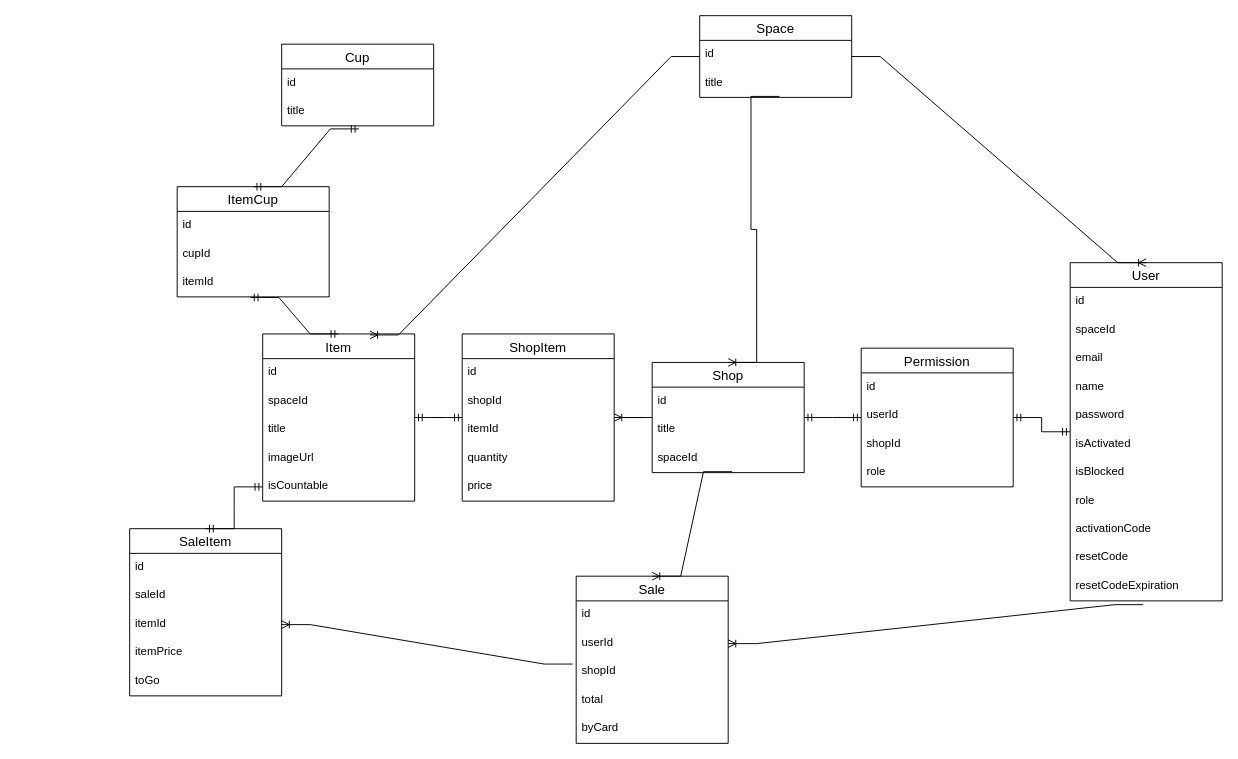
Earlier version of the draw.io diagram horeca.drawio (Nik68rus/myhoreca). Source tidied: cells renumbered, new cells numbered last; positions are measured from the earlier drawing's top-left corner, leaving out a move shared by most shapes. Both pictures are drawn from the tidied source at 95%, with x=0, y=0 at pixel (129, 15).
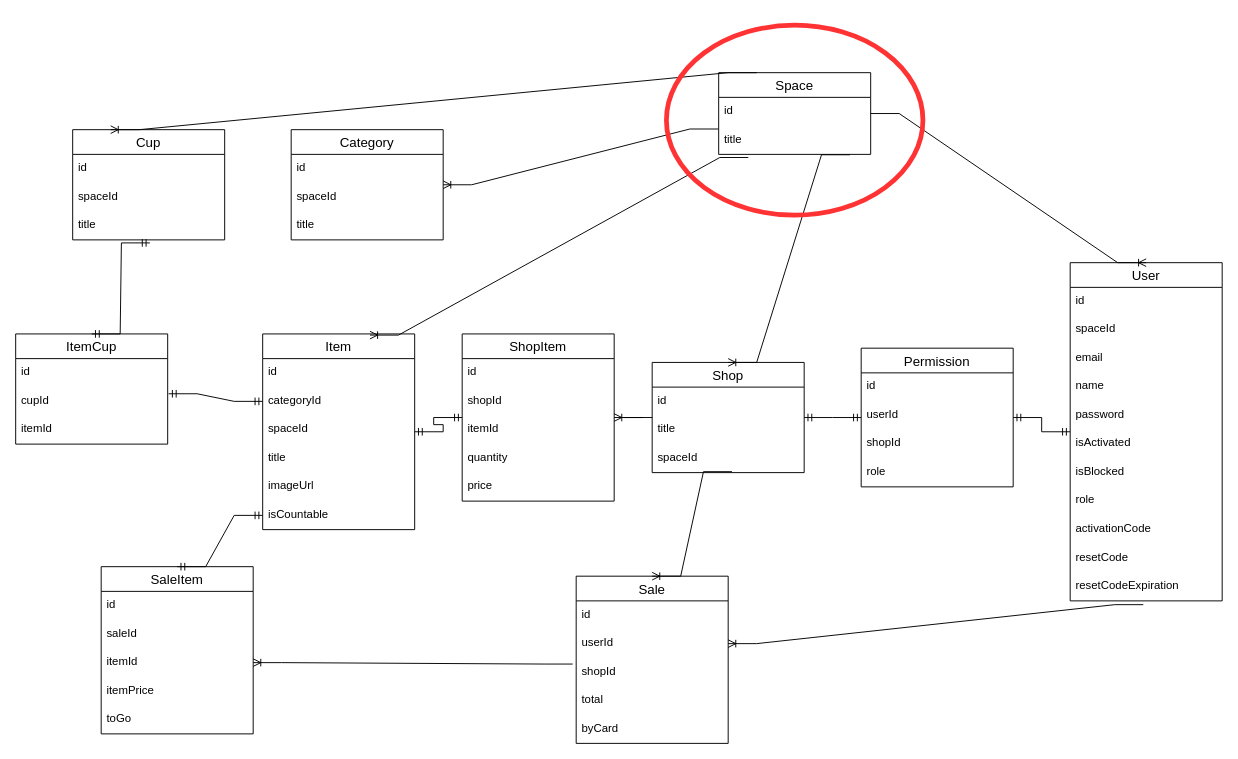
The same page after the edit.

Unchanged cells that the change refers to:
```xml
<mxCell id="14" value="Shop" style="swimlane;fontStyle=0;horizontal=1;startSize=26;align=center;fontSize=14;" parent="1" vertex="1">
  <mxGeometry x="550" y="365" width="160" height="116" as="geometry" />
</mxCell>
<mxCell id="44" value="cupId" style="text;strokeColor=none;fillColor=none;spacingLeft=4;spacingRight=4;overflow=hidden;points=[[0,0.5],[1,0.5]];portConstraint=eastwest;fontSize=12;" parent="42" vertex="1">
  <mxGeometry y="56" width="160" height="30" as="geometry" />
</mxCell>
<mxCell id="45" value="itemId" style="text;strokeColor=none;fillColor=none;spacingLeft=4;spacingRight=4;overflow=hidden;points=[[0,0.5],[1,0.5]];portConstraint=eastwest;fontSize=12;" parent="42" vertex="1">
  <mxGeometry y="86" width="160" height="30" as="geometry" />
</mxCell>
<mxCell id="65" value="id" style="text;strokeColor=none;fillColor=none;spacingLeft=4;spacingRight=4;overflow=hidden;points=[[0,0.5],[1,0.5]];portConstraint=eastwest;fontSize=12;" parent="64" vertex="1">
  <mxGeometry y="26" width="160" height="30" as="geometry" />
</mxCell>
<mxCell id="66" value="title" style="text;strokeColor=none;fillColor=none;spacingLeft=4;spacingRight=4;overflow=hidden;points=[[0,0.5],[1,0.5]];portConstraint=eastwest;fontSize=12;" parent="64" vertex="1">
  <mxGeometry y="56" width="160" height="30" as="geometry" />
</mxCell>
```

Change to the diagram source:
```diff
@@
     <mxCell id="23" value="Item" style="swimlane;fontStyle=0;horizontal=1;startSize=26;align=center;fontSize=14;" parent="1" vertex="1">
-      <mxGeometry x="140" y="335" width="160" height="176" as="geometry" />
+      <mxGeometry x="140" y="335" width="160" height="206" as="geometry" />
     </mxCell>
@@
+    <mxCell id="70" value="categoryId" style="text;strokeColor=none;fillColor=none;spacingLeft=4;spacingRight=4;overflow=hidden;points=[[0,0.5],[1,0.5]];portConstraint=eastwest;fontSize=12;" parent="23" vertex="1">
+      <mxGeometry y="56" width="160" height="30" as="geometry" />
+    </mxCell>
     <mxCell id="25" value="spaceId" style="text;strokeColor=none;fillColor=none;spacingLeft=4;spacingRight=4;overflow=hidden;fontSize=12;" parent="23" vertex="1">
-      <mxGeometry y="56" width="160" height="30" as="geometry" />
+      <mxGeometry y="86" width="160" height="30" as="geometry" />
     </mxCell>
     <mxCell id="26" value="title" style="text;strokeColor=none;fillColor=none;spacingLeft=4;spacingRight=4;overflow=hidden;fontSize=12;" parent="23" vertex="1">
-      <mxGeometry y="86" width="160" height="30" as="geometry" />
+      <mxGeometry y="116" width="160" height="30" as="geometry" />
     </mxCell>
     <mxCell id="27" value="imageUrl" style="text;strokeColor=none;fillColor=none;spacingLeft=4;spacingRight=4;overflow=hidden;fontSize=12;" parent="23" vertex="1">
-      <mxGeometry y="116" width="160" height="30" as="geometry" />
+      <mxGeometry y="146" width="160" height="30" as="geometry" />
     </mxCell>
     <mxCell id="28" value="isCountable" style="text;strokeColor=none;fillColor=none;spacingLeft=4;spacingRight=4;overflow=hidden;points=[[0,0.5],[1,0.5]];portConstraint=eastwest;fontSize=12;" parent="23" vertex="1">
-      <mxGeometry y="146" width="160" height="30" as="geometry" />
+      <mxGeometry y="176" width="160" height="30" as="geometry" />
     </mxCell>
@@
     <mxCell id="39" value="Cup" style="swimlane;fontStyle=0;horizontal=1;startSize=26;align=center;fontSize=14;" parent="1" vertex="1">
-      <mxGeometry x="160" y="30" width="160" height="86" as="geometry" />
+      <mxGeometry x="-60" y="120" width="160" height="116" as="geometry" />
     </mxCell>
@@
+    <mxCell id="71" value="spaceId" style="text;strokeColor=none;fillColor=none;spacingLeft=4;spacingRight=4;overflow=hidden;fontSize=12;" parent="39" vertex="1">
+      <mxGeometry y="56" width="160" height="30" as="geometry" />
+    </mxCell>
     <mxCell id="41" value="title" style="text;strokeColor=none;fillColor=none;spacingLeft=4;spacingRight=4;overflow=hidden;points=[[0,0.5],[1,0.5]];portConstraint=eastwest;fontSize=12;" parent="39" vertex="1">
-      <mxGeometry y="56" width="160" height="30" as="geometry" />
+      <mxGeometry y="86" width="160" height="30" as="geometry" />
     </mxCell>
     <mxCell id="42" value="ItemCup" style="swimlane;fontStyle=0;horizontal=1;startSize=26;align=center;fontSize=14;" parent="1" vertex="1">
-      <mxGeometry x="50" y="180" width="160" height="116" as="geometry" />
+      <mxGeometry x="-120" y="335" width="160" height="116" as="geometry" />
     </mxCell>
@@
-    <mxCell id="46" style="edgeStyle=entityRelationEdgeStyle;fontSize=12;html=1;endArrow=ERmandOne;startArrow=ERmandOne;rounded=0;entryX=0.482;entryY=1.022;entryDx=0;entryDy=0;entryPerimeter=0;exitX=0.5;exitY=0;exitDx=0;exitDy=0;" parent="1" edge="1" source="23" target="45">
+    <mxCell id="46" style="edgeStyle=entityRelationEdgeStyle;fontSize=12;html=1;endArrow=ERmandOne;startArrow=ERmandOne;rounded=0;entryX=1.006;entryY=0.233;entryDx=0;entryDy=0;entryPerimeter=0;exitX=0;exitY=0.5;exitDx=0;exitDy=0;" parent="1" edge="1" source="70" target="44">
       <mxGeometry relative="1" as="geometry" />
     </mxCell>
@@
     <mxCell id="48" value="SaleItem" style="swimlane;fontStyle=0;horizontal=1;startSize=26;align=center;fontSize=14;" parent="1" vertex="1">
-      <mxGeometry y="540" width="160" height="176" as="geometry" />
+      <mxGeometry x="-30" y="580" width="160" height="176" as="geometry" />
     </mxCell>
@@
     <mxCell id="64" value="Space" style="swimlane;fontStyle=0;horizontal=1;startSize=26;align=center;fontSize=14;" parent="1" vertex="1">
-      <mxGeometry x="600" width="160" height="86" as="geometry" />
+      <mxGeometry x="620" y="60" width="160" height="86" as="geometry" />
     </mxCell>
@@
-    <mxCell id="67" style="edgeStyle=entityRelationEdgeStyle;fontSize=12;html=1;endArrow=ERoneToMany;rounded=0;entryX=0.5;entryY=0;entryDx=0;entryDy=0;exitX=0.525;exitY=0.967;exitDx=0;exitDy=0;exitPerimeter=0;" parent="1" edge="1" source="66" target="14">
+    <mxCell id="67" style="edgeStyle=entityRelationEdgeStyle;fontSize=12;html=1;endArrow=ERoneToMany;rounded=0;entryX=0.5;entryY=0;entryDx=0;entryDy=0;exitX=0.864;exitY=1.014;exitDx=0;exitDy=0;exitPerimeter=0;" parent="1" edge="1" source="66" target="14">
       <mxGeometry relative="1" as="geometry" />
     </mxCell>
@@
-    <mxCell id="69" style="edgeStyle=entityRelationEdgeStyle;fontSize=12;html=1;endArrow=ERoneToMany;rounded=0;entryX=0.706;entryY=0.006;entryDx=0;entryDy=0;entryPerimeter=0;" parent="1" edge="1" source="64" target="23">
+    <mxCell id="69" style="edgeStyle=entityRelationEdgeStyle;fontSize=12;html=1;endArrow=ERoneToMany;rounded=0;entryX=0.706;entryY=0.006;entryDx=0;entryDy=0;entryPerimeter=0;exitX=0.195;exitY=1.11;exitDx=0;exitDy=0;exitPerimeter=0;" parent="1" edge="1" source="66" target="23">
       <mxGeometry x="-1" y="151" relative="1" as="geometry">
         <mxPoint x="-150" y="131" as="offset" />
       </mxGeometry>
     </mxCell>
+    <mxCell id="72" value="Category" style="swimlane;fontStyle=0;horizontal=1;startSize=26;align=center;fontSize=14;" parent="1" vertex="1">
+      <mxGeometry x="170" y="120" width="160" height="116" as="geometry" />
+    </mxCell>
+    <mxCell id="73" value="id" style="text;strokeColor=none;fillColor=none;spacingLeft=4;spacingRight=4;overflow=hidden;fontSize=12;" parent="72" vertex="1">
+      <mxGeometry y="26" width="160" height="30" as="geometry" />
+    </mxCell>
+    <mxCell id="74" value="spaceId" style="text;strokeColor=none;fillColor=none;spacingLeft=4;spacingRight=4;overflow=hidden;fontSize=12;" parent="72" vertex="1">
+      <mxGeometry y="56" width="160" height="30" as="geometry" />
+    </mxCell>
+    <mxCell id="75" value="title" style="text;strokeColor=none;fillColor=none;spacingLeft=4;spacingRight=4;overflow=hidden;fontSize=12;" parent="72" vertex="1">
+      <mxGeometry y="86" width="160" height="30" as="geometry" />
+    </mxCell>
+    <mxCell id="76" style="edgeStyle=entityRelationEdgeStyle;fontSize=12;html=1;endArrow=ERoneToMany;rounded=0;exitX=-0.002;exitY=1.11;exitDx=0;exitDy=0;exitPerimeter=0;" parent="1" edge="1" source="65" target="72">
+      <mxGeometry x="0.64" y="398" relative="1" as="geometry">
+        <mxPoint x="-79" y="8" as="offset" />
+      </mxGeometry>
+    </mxCell>
+    <mxCell id="77" style="edgeStyle=entityRelationEdgeStyle;fontSize=12;html=1;endArrow=ERoneToMany;exitX=0.25;exitY=0;exitDx=0;exitDy=0;entryX=0.25;entryY=0;entryDx=0;entryDy=0;rounded=0;" parent="1" edge="1" source="64" target="39">
+      <mxGeometry x="0.64" y="398" relative="1" as="geometry">
+        <mxPoint x="-79" y="8" as="offset" />
+      </mxGeometry>
+    </mxCell>
+    <mxCell id="78" style="ellipse;whiteSpace=wrap;html=1;fillColor=none;strokeWidth=5;strokeColor=#FF3333;" parent="1" vertex="1">
+      <mxGeometry x="565" y="10" width="270" height="200" as="geometry" />
+    </mxCell>
```
